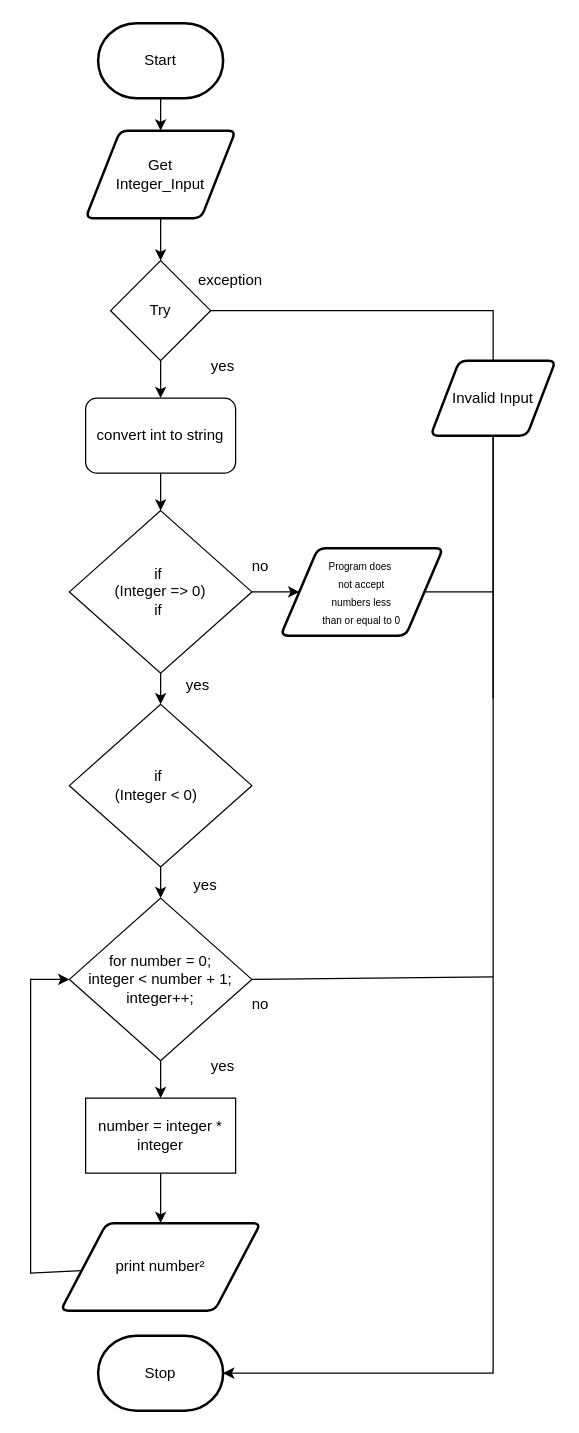
Before: Drawio/FlowChart.Drawio in JacksonNaufal/ICS3U-Unit4-03-Python, a draw.io diagram. Source tidied: cells renumbered, new cells numbered last; positions are measured from the earlier drawing's top-left corner, leaving out a move shared by most shapes. Both pictures are drawn from the tidied source at 125%, with x=0, y=0 at pixel (30, 22).
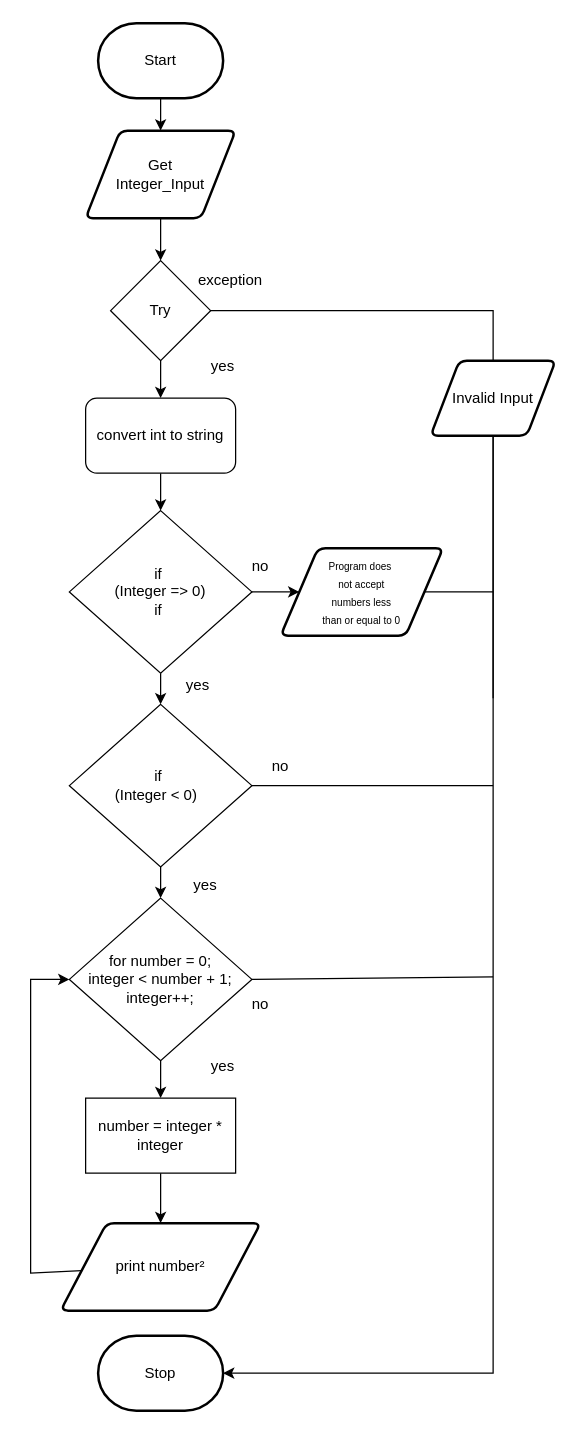
The same diagram, later.

The change refers to these unchanged cells:
```xml
<mxCell id="25" value="if&amp;nbsp;&lt;br&gt;(Integer &amp;lt; 0)&amp;nbsp;&amp;nbsp;" style="rhombus;whiteSpace=wrap;html=1;" parent="1" vertex="1">
  <mxGeometry x="31" y="545" width="146" height="130" as="geometry" />
</mxCell>
```

Diff of the diagram source:
```diff
@@
+    <mxCell id="35" style="edgeStyle=none;html=1;endArrow=none;endFill=0;" parent="1" edge="1" source="25">
+      <mxGeometry relative="1" as="geometry">
+        <mxPoint x="370" y="610" as="targetPoint" />
+      </mxGeometry>
+    </mxCell>
@@
+    <mxCell id="36" value="&lt;font style=&quot;font-size: 12px&quot;&gt;no&lt;/font&gt;" style="text;html=1;strokeColor=none;fillColor=none;align=center;verticalAlign=middle;whiteSpace=wrap;rounded=0;fontSize=8;" parent="1" vertex="1">
+      <mxGeometry x="170" y="580" width="60" height="30" as="geometry" />
+    </mxCell>
```
